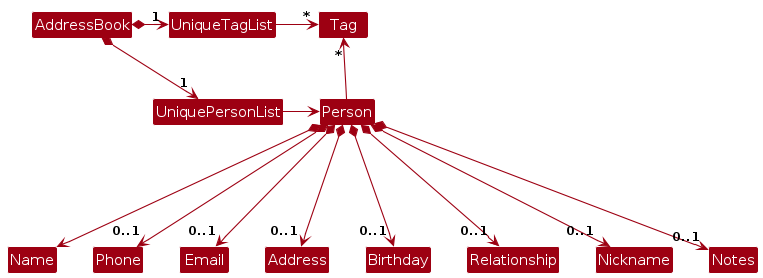
Earlier version of the PlantUML export diagrams/BetterModelClassDiagram.png (Benjam11n/tp). Its source is kept beside it as diagrams/BetterModelClassDiagram.puml.
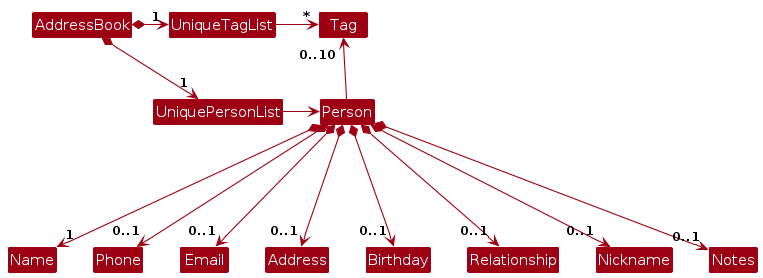
Above is the later version.

The edit, as a diff of the source:
```diff
@@ -12,9 +12,9 @@
 UniqueTagList -right-> "*" Tag
 UniquePersonList -right-> Person
 
-Person -up-> "*" Tag
+Person -up-> "0..10" Tag
 
-Person *---> Name
+Person *---> "1" Name
 Person *---> "0..1" Phone
 Person *---> "0..1" Email
 Person *---> "0..1" Address
```
